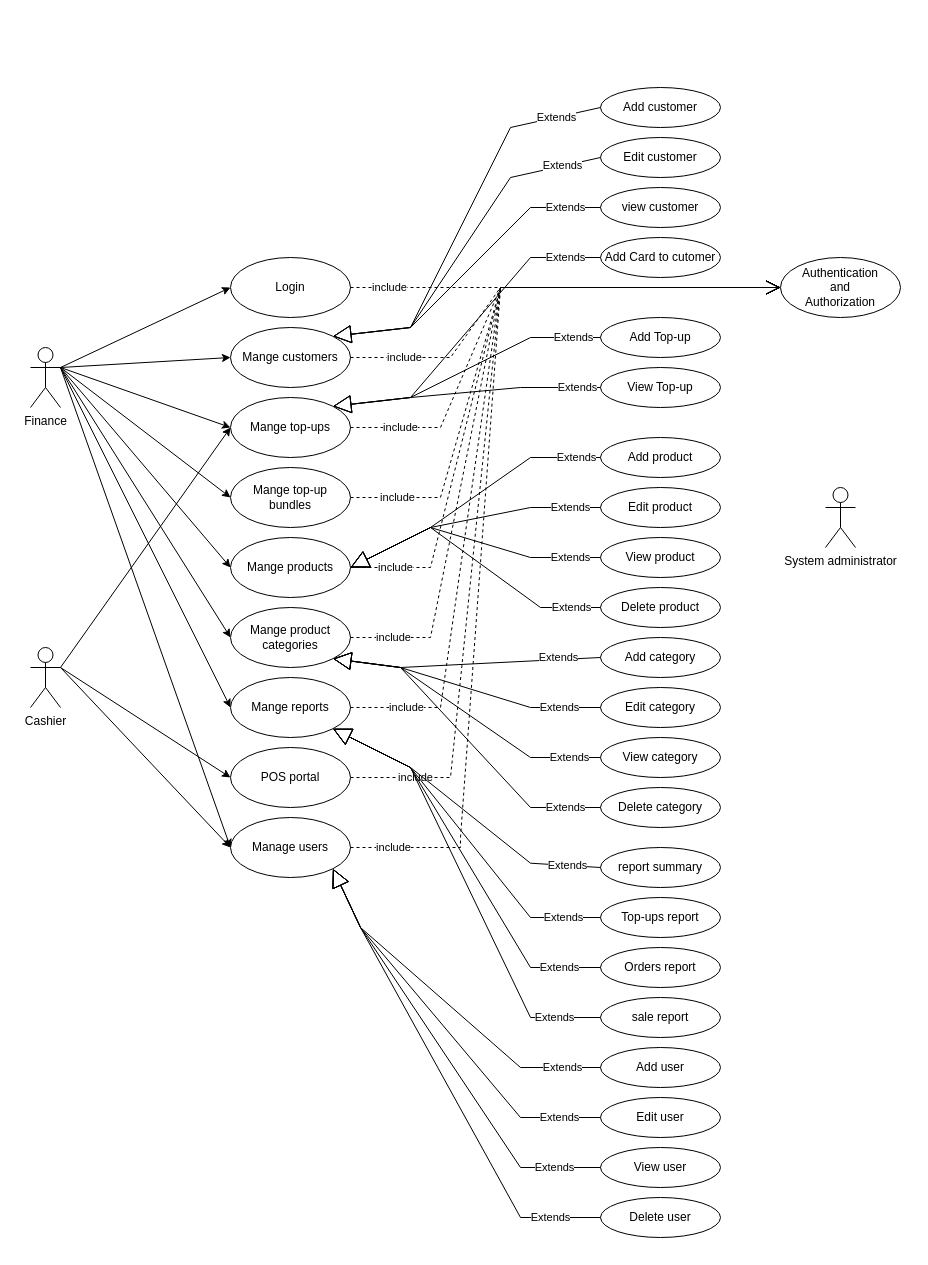
Above: use case diagram.drawio in VuthyPanha/Public-test (draw.io), before the change. Source tidied: cells renumbered, new cells numbered last; positions are measured from the earlier drawing's top-left corner, leaving out a move shared by most shapes. Both pictures are drawn from the tidied source at 100%, with x=0, y=0 at pixel (30, 87).
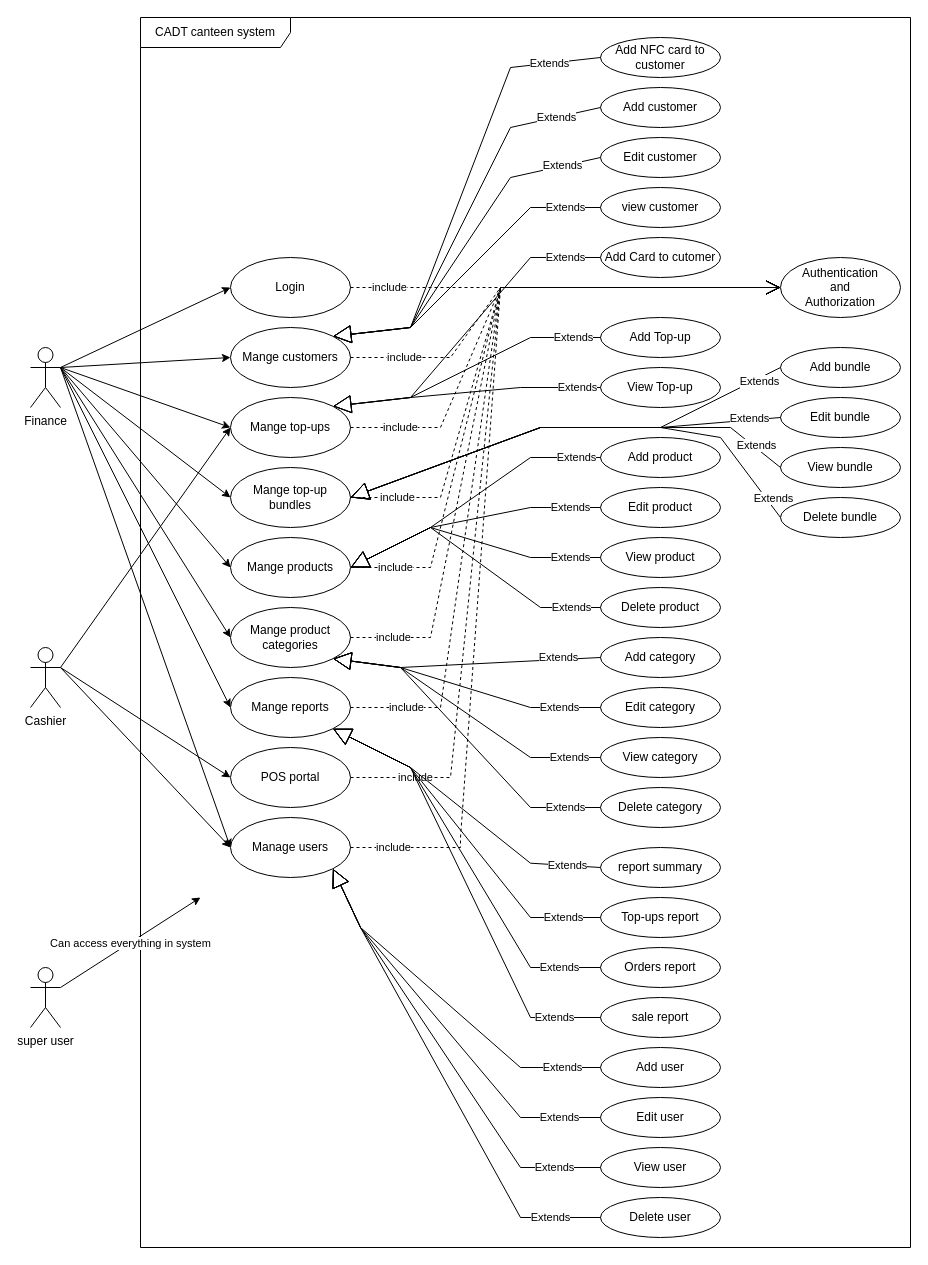
Above is the later version.

The change refers to these unchanged cells:
```xml
<mxCell id="6" value="Mange customers" style="ellipse;whiteSpace=wrap;html=1;" parent="1" vertex="1">
  <mxGeometry x="200" y="240" width="120" height="60" as="geometry" />
</mxCell>
<mxCell id="8" value="Mange top-up bundles" style="ellipse;whiteSpace=wrap;html=1;" parent="1" vertex="1">
  <mxGeometry x="200" y="380" width="120" height="60" as="geometry" />
</mxCell>
```

Change to the diagram source:
```diff
@@
+    <mxCell id="79" value="CADT canteen system" style="shape=umlFrame;whiteSpace=wrap;html=1;width=150;height=30;" parent="1" vertex="1">
+      <mxGeometry x="110" y="-70" width="770" height="1230" as="geometry" />
+    </mxCell>
@@
-    <mxCell id="4" value="System administrator" style="shape=umlActor;verticalLabelPosition=bottom;verticalAlign=top;html=1;outlineConnect=0;" parent="1" vertex="1">
-      <mxGeometry x="795" y="400" width="30" height="60" as="geometry" />
+    <mxCell id="4" value="super user" style="shape=umlActor;verticalLabelPosition=bottom;verticalAlign=top;html=1;outlineConnect=0;" parent="1" vertex="1">
+      <mxGeometry y="880" width="30" height="60" as="geometry" />
     </mxCell>
@@
+    <mxCell id="80" style="endArrow=classic;html=1;rounded=0;exitX=1;exitY=0.3333333333333333;exitDx=0;exitDy=0;exitPerimeter=0;" parent="1" edge="1" source="4">
+      <mxGeometry relative="1" as="geometry">
+        <mxPoint x="170" y="810" as="targetPoint" />
+      </mxGeometry>
+    </mxCell>
+    <mxCell id="81" value="Can access everything in system" style="edgeLabel;html=1;align=center;verticalAlign=middle;" parent="80" vertex="1">
+      <mxGeometry relative="1" as="geometry" />
+    </mxCell>
+    <mxCell id="82" value="Add NFC card to customer" style="ellipse;whiteSpace=wrap;html=1;" parent="1" vertex="1">
+      <mxGeometry x="570" y="-50" width="120" height="40" as="geometry" />
+    </mxCell>
+    <mxCell id="83" value="Extends" style="endArrow=block;endSize=16;endFill=0;html=1;rounded=0;exitX=0;exitY=0.5;exitDx=0;exitDy=0;entryX=1;entryY=0;entryDx=0;entryDy=0;" parent="1" edge="1" source="82" target="6">
+      <mxGeometry x="-0.77" relative="1" as="geometry">
+        <Array as="points">
+          <mxPoint x="480" y="-20" />
+          <mxPoint x="380" y="240" />
+        </Array>
+      </mxGeometry>
+    </mxCell>
+    <mxCell id="84" value="Add bundle" style="ellipse;whiteSpace=wrap;html=1;" parent="1" vertex="1">
+      <mxGeometry x="750" y="260" width="120" height="40" as="geometry" />
+    </mxCell>
+    <mxCell id="85" value="Edit bundle" style="ellipse;whiteSpace=wrap;html=1;" parent="1" vertex="1">
+      <mxGeometry x="750" y="310" width="120" height="40" as="geometry" />
+    </mxCell>
+    <mxCell id="86" value="View bundle" style="ellipse;whiteSpace=wrap;html=1;" parent="1" vertex="1">
+      <mxGeometry x="750" y="360" width="120" height="40" as="geometry" />
+    </mxCell>
+    <mxCell id="87" value="Delete bundle" style="ellipse;whiteSpace=wrap;html=1;" parent="1" vertex="1">
+      <mxGeometry x="750" y="410" width="120" height="40" as="geometry" />
+    </mxCell>
+    <mxCell id="88" value="Extends" style="endArrow=block;endSize=16;endFill=0;html=1;rounded=0;entryX=1;entryY=0.5;entryDx=0;entryDy=0;exitX=0;exitY=0.5;exitDx=0;exitDy=0;" parent="1" edge="1" source="84" target="8">
+      <mxGeometry x="-0.89" y="3" relative="1" as="geometry">
+        <Array as="points">
+          <mxPoint x="630" y="340" />
+          <mxPoint x="510" y="340" />
+        </Array>
+      </mxGeometry>
+    </mxCell>
+    <mxCell id="89" value="Extends" style="endArrow=block;endSize=16;endFill=0;html=1;rounded=0;exitX=0;exitY=0.5;exitDx=0;exitDy=0;" parent="1" edge="1" source="85">
+      <mxGeometry x="-0.86" y="-2" relative="1" as="geometry">
+        <mxPoint x="320" y="410" as="targetPoint" />
+        <Array as="points">
+          <mxPoint x="630" y="340" />
+          <mxPoint x="510" y="340" />
+        </Array>
+      </mxGeometry>
+    </mxCell>
+    <mxCell id="90" value="Extends" style="endArrow=block;endSize=16;endFill=0;html=1;rounded=0;exitX=0;exitY=0.5;exitDx=0;exitDy=0;" parent="1" edge="1" source="86">
+      <mxGeometry x="-0.86" y="-2" relative="1" as="geometry">
+        <mxPoint x="320" y="410" as="targetPoint" />
+        <Array as="points">
+          <mxPoint x="700" y="340" />
+          <mxPoint x="630" y="340" />
+          <mxPoint x="510" y="340" />
+        </Array>
+      </mxGeometry>
+    </mxCell>
+    <mxCell id="91" value="Extends" style="endArrow=block;endSize=16;endFill=0;html=1;rounded=0;exitX=0;exitY=0.5;exitDx=0;exitDy=0;" parent="1" edge="1" source="87">
+      <mxGeometry x="-0.92" y="-6" relative="1" as="geometry">
+        <mxPoint x="320" y="410" as="targetPoint" />
+        <Array as="points">
+          <mxPoint x="690" y="350" />
+          <mxPoint x="630" y="340" />
+          <mxPoint x="510" y="340" />
+        </Array>
+      </mxGeometry>
+    </mxCell>
```
